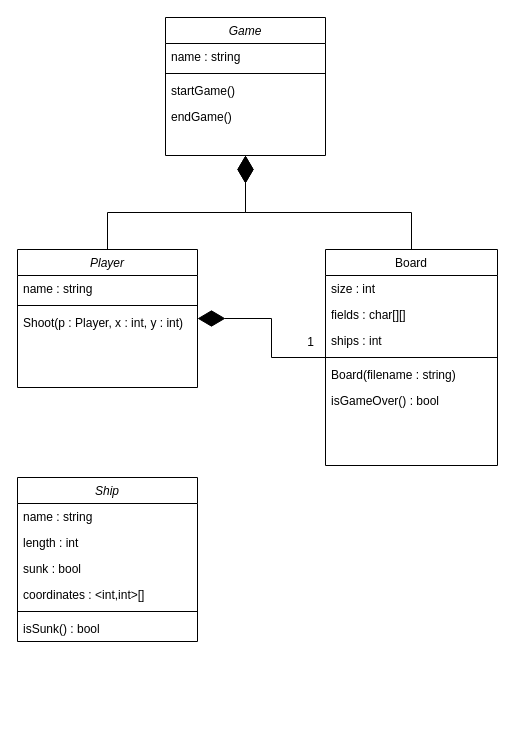
Above: Battleships.drawio in szalaizsolt/feb17 (draw.io), before the change. Source tidied: cells renumbered, new cells numbered last; positions are measured from the earlier drawing's top-left corner, leaving out a move shared by most shapes. Both pictures are drawn from the tidied source at 100%, with x=0, y=0 at pixel (17, 17).
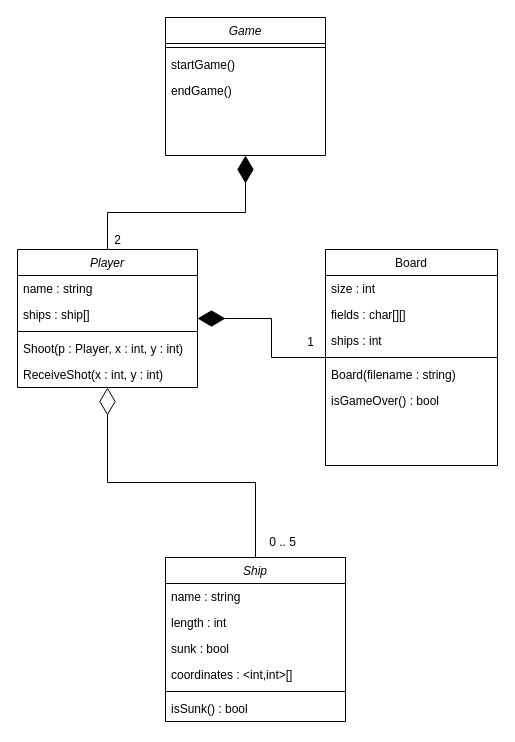
The same page after the edit.

The change refers to these unchanged cells:
```xml
<mxCell id="3" value="Player" style="swimlane;fontStyle=2;align=center;verticalAlign=top;horizontal=1;startSize=26;rounded=0;shadow=0;strokeWidth=1;" parent="1" vertex="1">
  <mxGeometry y="232" width="180" height="138" as="geometry" />
</mxCell>
<mxCell id="9" value="Board" style="swimlane;fontStyle=0;align=center;verticalAlign=top;horizontal=1;startSize=26;rounded=0;shadow=0;strokeWidth=1;" parent="1" vertex="1">
  <mxGeometry x="308" y="232" width="172" height="216" as="geometry" />
</mxCell>
<mxCell id="17" value="Game" style="swimlane;fontStyle=2;align=center;verticalAlign=top;horizontal=1;startSize=26;rounded=0;shadow=0;strokeWidth=1;" parent="1" vertex="1">
  <mxGeometry x="148" width="160" height="138" as="geometry" />
</mxCell>
```

Change to the diagram source:
```diff
@@
+    <mxCell id="29" value="ships : ship[]" style="text;align=left;verticalAlign=top;spacingLeft=4;spacingRight=4;overflow=hidden;" parent="3" vertex="1">
+      <mxGeometry y="52" width="180" height="26" as="geometry" />
+    </mxCell>
     <mxCell id="5" style="line;html=1;strokeWidth=1;align=left;verticalAlign=middle;spacingTop=-1;spacingLeft=3;spacingRight=3;labelPosition=right;" parent="3" vertex="1">
-      <mxGeometry y="52" width="180" height="8" as="geometry" />
+      <mxGeometry y="78" width="180" height="8" as="geometry" />
     </mxCell>
     <mxCell id="6" value="Shoot(p : Player, x : int, y : int)" style="text;align=left;verticalAlign=top;spacingLeft=4;spacingRight=4;overflow=hidden;" parent="3" vertex="1">
-      <mxGeometry y="60" width="180" height="26" as="geometry" />
+      <mxGeometry y="86" width="180" height="26" as="geometry" />
     </mxCell>
+    <mxCell id="30" value="ReceiveShot(x : int, y : int)" style="text;align=left;verticalAlign=top;spacingLeft=4;spacingRight=4;overflow=hidden;" parent="3" vertex="1">
+      <mxGeometry y="112" width="180" height="26" as="geometry" />
+    </mxCell>
@@
-    <mxCell id="8" style="edgeStyle=orthogonalEdgeStyle;rounded=0;jettySize=auto;html=1;endArrow=diamondThin;endFill=1;endSize=25;" parent="1" edge="1" source="9" target="17">
-      <mxGeometry relative="1" as="geometry" />
-    </mxCell>
@@
-    <mxCell id="18" value="name : string" style="text;align=left;verticalAlign=top;spacingLeft=4;spacingRight=4;overflow=hidden;" parent="17" vertex="1">
-      <mxGeometry y="26" width="160" height="26" as="geometry" />
-    </mxCell>
     <mxCell id="19" style="line;html=1;strokeWidth=1;align=left;verticalAlign=middle;spacingTop=-1;spacingLeft=3;spacingRight=3;labelPosition=right;" parent="17" vertex="1">
-      <mxGeometry y="52" width="160" height="8" as="geometry" />
+      <mxGeometry y="26" width="160" height="8" as="geometry" />
     </mxCell>
     <mxCell id="20" value="startGame()" style="text;align=left;verticalAlign=top;spacingLeft=4;spacingRight=4;overflow=hidden;" parent="17" vertex="1">
-      <mxGeometry y="60" width="160" height="26" as="geometry" />
+      <mxGeometry y="34" width="160" height="26" as="geometry" />
     </mxCell>
     <mxCell id="21" value="endGame()" style="text;align=left;verticalAlign=top;spacingLeft=4;spacingRight=4;overflow=hidden;" parent="17" vertex="1">
-      <mxGeometry y="86" width="160" height="26" as="geometry" />
+      <mxGeometry y="60" width="160" height="26" as="geometry" />
     </mxCell>
+    <mxCell id="31" style="edgeStyle=orthogonalEdgeStyle;rounded=0;jettySize=auto;html=1;endArrow=diamondThin;endFill=0;endSize=25;" parent="1" edge="1" source="22" target="3">
+      <mxGeometry relative="1" as="geometry" />
+    </mxCell>
     <mxCell id="22" value="Ship" style="swimlane;fontStyle=2;align=center;verticalAlign=top;horizontal=1;startSize=26;rounded=0;shadow=0;strokeWidth=1;" parent="1" vertex="1">
-      <mxGeometry y="460" width="180" height="164" as="geometry" />
+      <mxGeometry x="148" y="540" width="180" height="164" as="geometry" />
     </mxCell>
@@
+    <mxCell id="32" value="0 .. 5" style="text;html=1;align=center;verticalAlign=middle;strokeColor=none;fillColor=none;" parent="1" vertex="1">
+      <mxGeometry x="240" y="510" width="50" height="30" as="geometry" />
+    </mxCell>
+    <mxCell id="33" value="2" style="text;html=1;align=center;verticalAlign=middle;strokeColor=none;fillColor=none;" parent="1" vertex="1">
+      <mxGeometry x="85" y="208" width="30" height="30" as="geometry" />
+    </mxCell>
```
